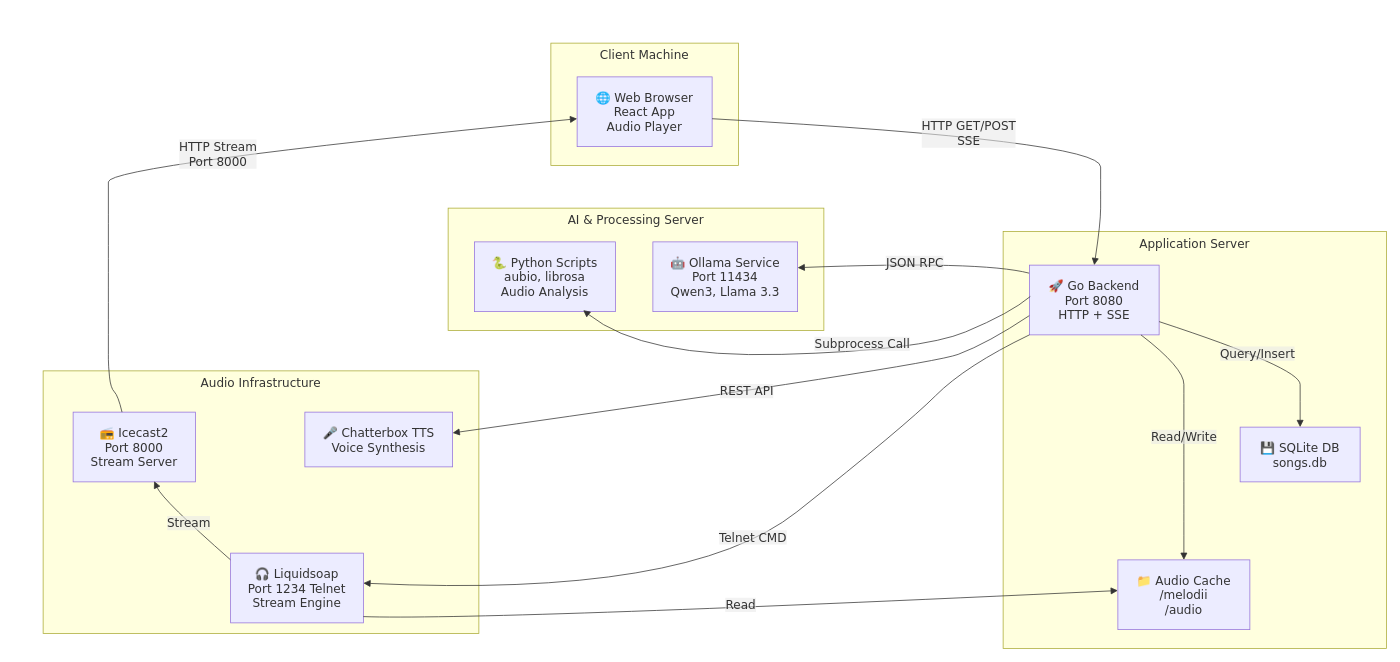
Earlier version of the draw.io diagram docs/deployment.drawio (Blindseer1/agent-radio). Source tidied: cells renumbered, new cells numbered last; positions are measured from the earlier drawing's top-left corner, leaving out a move shared by most shapes. Both pictures are drawn from the tidied source at 75%, with x=0, y=0 at pixel (13, 13).
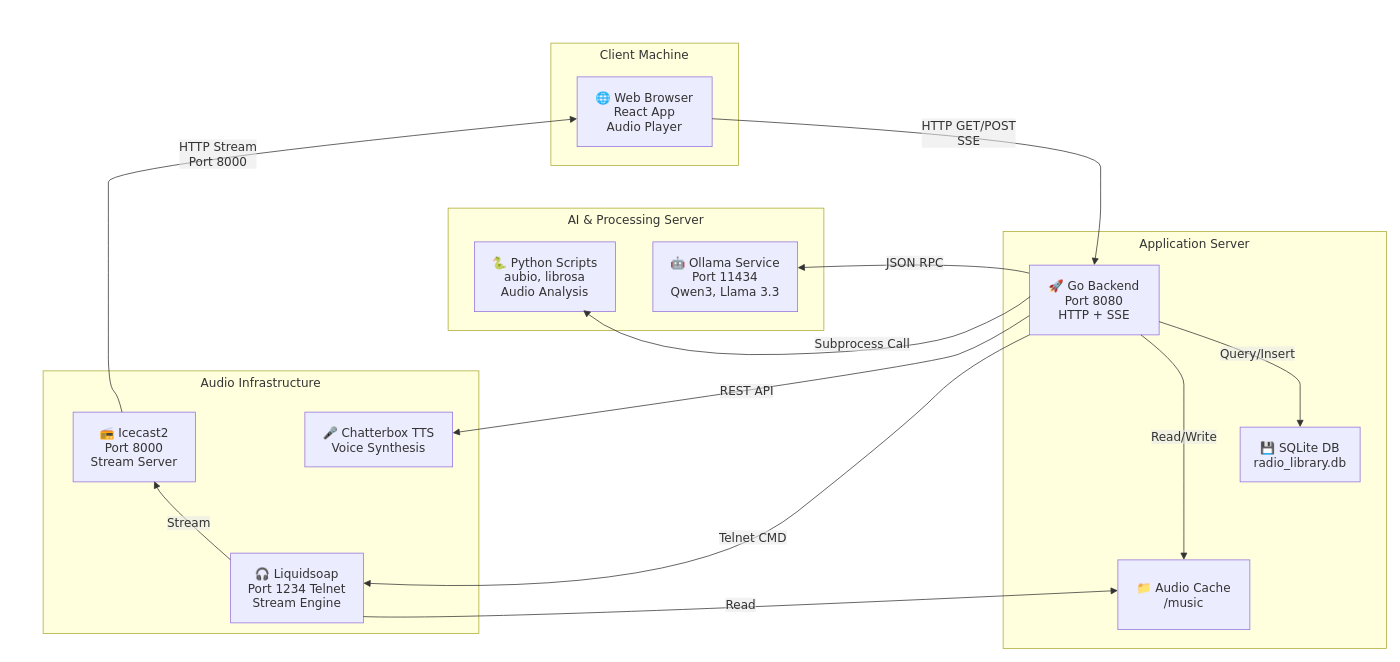
The same page after the edit.

Commit message:
schimbari diagrame

The change refers to these unchanged cells:
```xml
<mxCell id="5" value="Application Server" style="html=1;whiteSpace=wrap;strokeWidth=1;verticalAlign=top;fillColor=light-dark(#ffffde,#1f2020);strokeColor=light-dark(#aaaa33,#cccccc);fontColor=light-dark(#333333,#cccccc);fontFamily=Trebuchet MS,Verdana,Arial,sans-serif;fontSize=16;" parent="2" vertex="1">
  <mxGeometry x="1320" y="291" width="511" height="556" as="geometry" />
</mxCell>
```

Diff of the diagram source:
```diff
@@
-    <mxCell id="7" value="💾 SQLite DB&#10;songs.db" style="html=1;whiteSpace=wrap;strokeWidth=1;fillColor=light-dark(#ECECFF,#1f2020);strokeColor=light-dark(#9370DB,#cccccc);fontColor=light-dark(#333333,#cccccc);fontFamily=Trebuchet MS,Verdana,Arial,sans-serif;fontSize=16;" parent="5" vertex="1">
+    <mxCell id="7" value="💾 SQLite DB&lt;br&gt;radio_library.db" style="html=1;whiteSpace=wrap;strokeWidth=1;fillColor=light-dark(#ECECFF,#1f2020);strokeColor=light-dark(#9370DB,#cccccc);fontColor=light-dark(#333333,#cccccc);fontFamily=Trebuchet MS,Verdana,Arial,sans-serif;fontSize=16;" parent="5" vertex="1">
       <mxGeometry x="316" y="261" width="160" height="73" as="geometry" />
     </mxCell>
-    <mxCell id="8" value="📁 Audio Cache&#10;/melodii&#10;/audio" style="html=1;whiteSpace=wrap;strokeWidth=1;fillColor=light-dark(#ECECFF,#1f2020);strokeColor=light-dark(#9370DB,#cccccc);fontColor=light-dark(#333333,#cccccc);fontFamily=Trebuchet MS,Verdana,Arial,sans-serif;fontSize=16;" parent="5" vertex="1">
+    <mxCell id="8" value="📁 Audio Cache&lt;br&gt;/music" style="html=1;whiteSpace=wrap;strokeWidth=1;fillColor=light-dark(#ECECFF,#1f2020);strokeColor=light-dark(#9370DB,#cccccc);fontColor=light-dark(#333333,#cccccc);fontFamily=Trebuchet MS,Verdana,Arial,sans-serif;fontSize=16;" parent="5" vertex="1">
       <mxGeometry x="153" y="438" width="176" height="93" as="geometry" />
     </mxCell>
```
